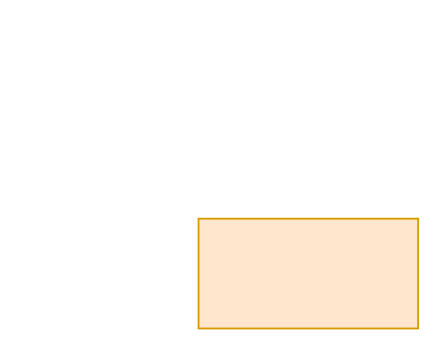
Above: Project_Document/제목 없는 다이어그램.drawio in Kim-CheolHee/Project_Team_One (draw.io), before the change. Source tidied: cells renumbered, new cells numbered last; positions are measured from the earlier drawing's top-left corner, leaving out a move shared by most shapes. Both pictures are drawn from the tidied source at 183%, with x=0, y=0 at pixel (198, 218).
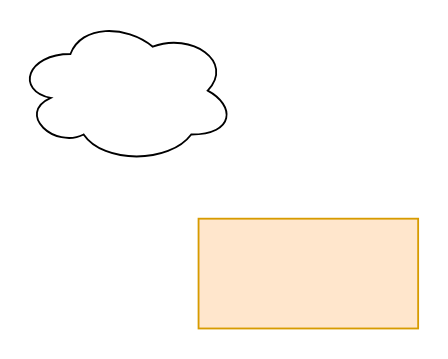
After the change.

What changed in the source:
```diff
@@
 <mxGraphModel>
   <root>
     <mxCell id="0" />
     <mxCell id="1" parent="0" />
     <mxCell id="2" style="rounded=0;whiteSpace=wrap;html=1;fillColor=#ffe6cc;strokeColor=#d79b00;" parent="1" vertex="1">
       <mxGeometry width="120" height="60" as="geometry" />
     </mxCell>
+    <mxCell id="3" style="ellipse;shape=cloud;whiteSpace=wrap;html=1;" parent="1" vertex="1">
+      <mxGeometry x="-100" y="-110" width="120" height="80" as="geometry" />
+    </mxCell>
   </root>
 </mxGraphModel>
```
